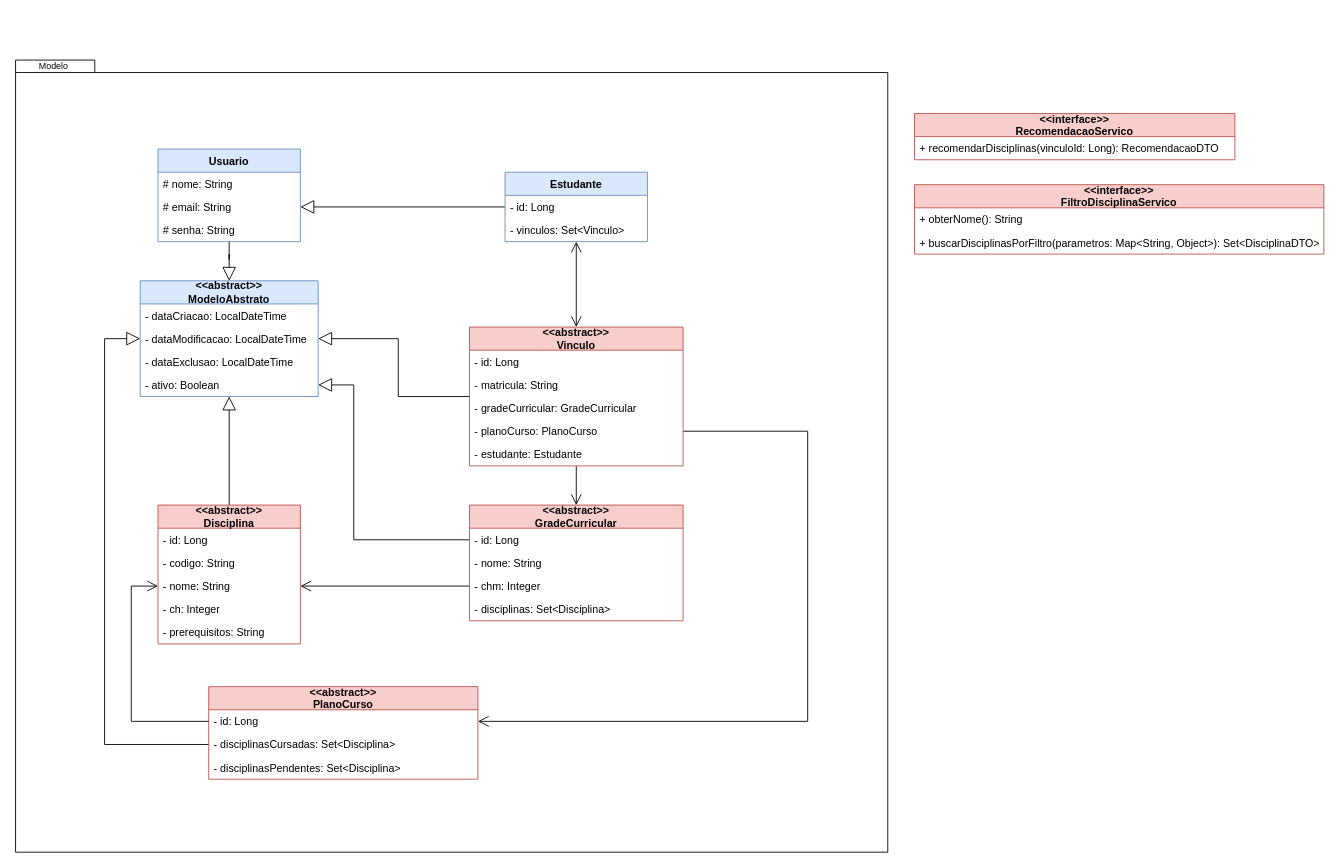
The draw.io diagram page "Modelo (Framework)" (2 of 9) of planejamento/modelagem/Temp.drawio in arturo32/PODE, before the edit. Source tidied: cells renumbered, new cells numbered last; positions are measured from the earlier drawing's top-left corner, leaving out a move shared by most shapes. Both pictures are drawn from the tidied source at 89%, with x=0, y=0 at pixel (15, 15).
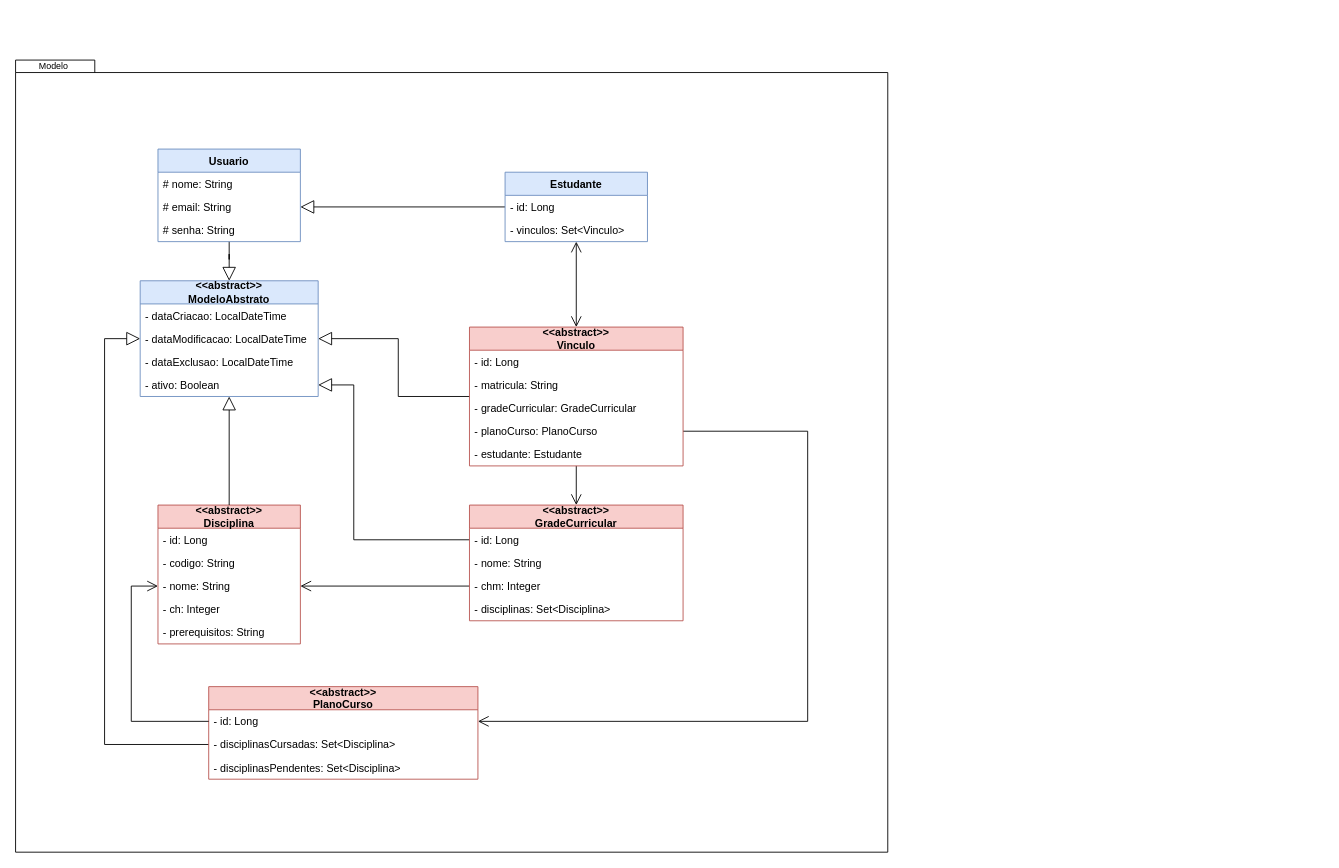
Above is the later version.

Diff of the diagram source:
```diff
@@
-    <mxCell id="49" value="&lt;&lt;interface&gt;&gt;&#10;RecomendacaoServico" style="swimlane;fontStyle=1;align=center;verticalAlign=middle;horizontal=1;startSize=26;fontSize=12;fillColor=#f8cecc;strokeColor=#b85450;" parent="1" vertex="1">
-      <mxGeometry x="1010" y="110" width="360" height="52" as="geometry" />
-    </mxCell>
-    <mxCell id="50" value="+ recomendarDisciplinas(vinculoId: Long): RecomendacaoDTO" style="text;strokeColor=none;fillColor=none;align=left;verticalAlign=top;spacingLeft=4;spacingRight=4;overflow=hidden;fontSize=12;" parent="49" vertex="1">
-      <mxGeometry y="26" width="360" height="26" as="geometry" />
-    </mxCell>
-    <mxCell id="51" value="&lt;&lt;interface&gt;&gt;&#10;FiltroDisciplinaServico" style="swimlane;fontStyle=1;align=center;verticalAlign=middle;horizontal=1;startSize=26;fontSize=12;fillColor=#f8cecc;strokeColor=#b85450;" parent="1" vertex="1">
-      <mxGeometry x="1010" y="190" width="460" height="78" as="geometry" />
-    </mxCell>
-    <mxCell id="52" value="+ obterNome(): String" style="text;strokeColor=none;fillColor=none;align=left;verticalAlign=top;spacingLeft=4;spacingRight=4;overflow=hidden;fontSize=12;" parent="51" vertex="1">
-      <mxGeometry y="26" width="460" height="26" as="geometry" />
-    </mxCell>
-    <mxCell id="53" value="+ buscarDisciplinasPorFiltro(parametros: Map&lt;String, Object&gt;): Set&lt;DisciplinaDTO&gt;" style="text;strokeColor=none;fillColor=none;align=left;verticalAlign=top;spacingLeft=4;spacingRight=4;overflow=hidden;fontSize=12;" parent="51" vertex="1">
-      <mxGeometry y="52" width="460" height="26" as="geometry" />
-    </mxCell>
```
